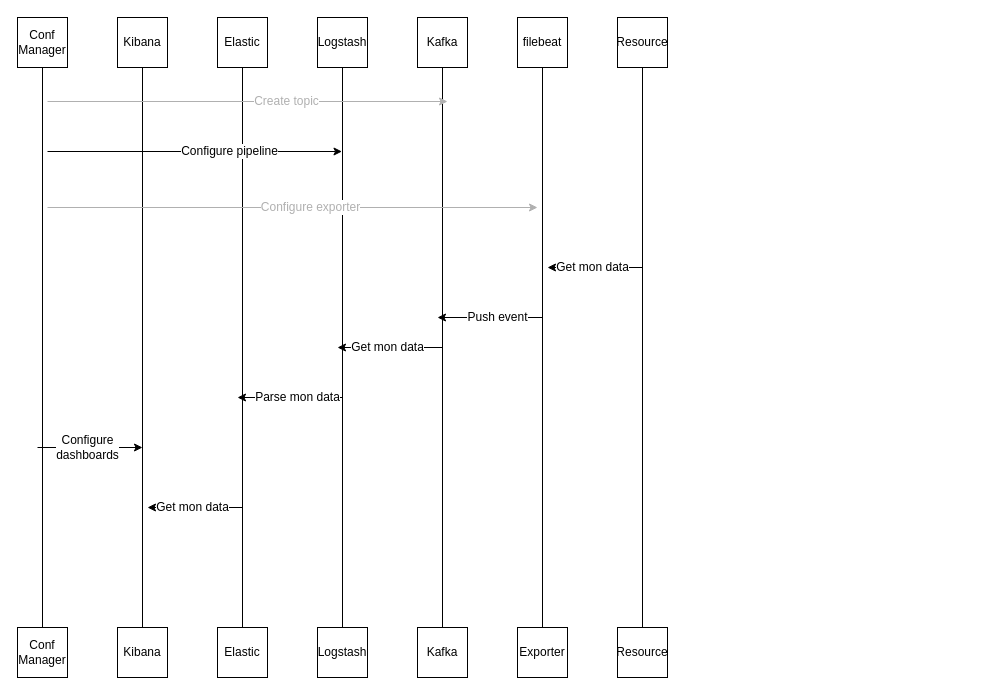
agustincaparros/SoA-Diagrams keeps this draw.io diagram as filebeat export workflow.drawio. Above is the earlier version. Source tidied: cells renumbered, new cells numbered last; positions are measured from the earlier drawing's top-left corner, leaving out a move shared by most shapes. Both pictures are drawn from the tidied source at 100%, with x=0, y=0 at pixel (17, 17).
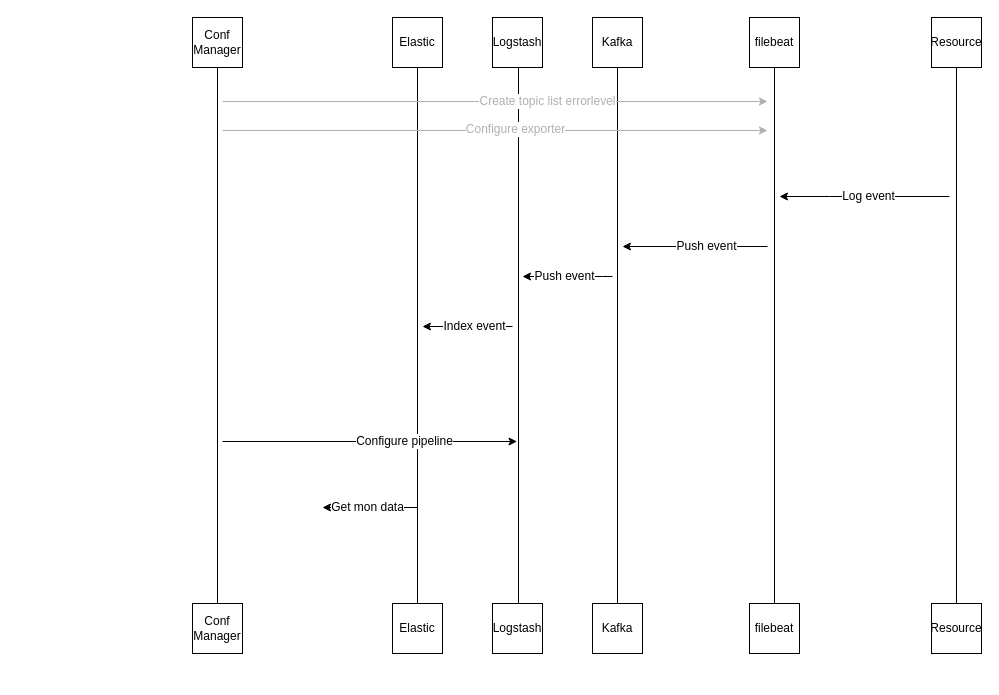
Above is the later version.

Change to the diagram source:
```diff
@@
     <mxCell id="3" value="Kafka" style="whiteSpace=wrap;html=1;" parent="1" vertex="1">
-      <mxGeometry x="400" width="50" height="50" as="geometry" />
+      <mxGeometry x="575" width="50" height="50" as="geometry" />
     </mxCell>
     <mxCell id="4" value="Kafka" style="whiteSpace=wrap;html=1;" parent="1" vertex="1">
-      <mxGeometry x="400" y="610" width="50" height="50" as="geometry" />
+      <mxGeometry x="575" y="586" width="50" height="50" as="geometry" />
     </mxCell>
@@
     <mxCell id="6" value="filebeat" style="whiteSpace=wrap;html=1;" parent="1" vertex="1">
-      <mxGeometry x="500" width="50" height="50" as="geometry" />
+      <mxGeometry x="732" width="50" height="50" as="geometry" />
     </mxCell>
-    <mxCell id="7" value="Exporter" style="whiteSpace=wrap;html=1;" parent="1" vertex="1">
-      <mxGeometry x="500" y="610" width="50" height="50" as="geometry" />
+    <mxCell id="7" value="filebeat" style="whiteSpace=wrap;html=1;" parent="1" vertex="1">
+      <mxGeometry x="732" y="586" width="50" height="50" as="geometry" />
     </mxCell>
-    <mxCell id="8" style="edgeStyle=orthogonalEdgeStyle;rounded=0;jettySize=auto;html=1;endArrow=none;endFill=0;" parent="1" edge="1" source="9" target="10">
-      <mxGeometry relative="1" as="geometry" />
+    <mxCell id="8" style="edgeStyle=orthogonalEdgeStyle;rounded=0;orthogonalLoop=1;jettySize=auto;html=1;endArrow=none;endFill=0;" parent="1" edge="1">
+      <mxGeometry relative="1" as="geometry">
+        <mxPoint x="501" y="50" as="sourcePoint" />
+        <mxPoint x="501" y="610" as="targetPoint" />
+      </mxGeometry>
     </mxCell>
     <mxCell id="9" value="Logstash" style="whiteSpace=wrap;html=1;" parent="1" vertex="1">
-      <mxGeometry x="300" width="50" height="50" as="geometry" />
+      <mxGeometry x="475" width="50" height="50" as="geometry" />
     </mxCell>
     <mxCell id="10" value="Logstash" style="whiteSpace=wrap;html=1;" parent="1" vertex="1">
-      <mxGeometry x="300" y="610" width="50" height="50" as="geometry" />
+      <mxGeometry x="475" y="586" width="50" height="50" as="geometry" />
     </mxCell>
@@
     <mxCell id="12" value="Elastic" style="whiteSpace=wrap;html=1;" parent="1" vertex="1">
-      <mxGeometry x="200" width="50" height="50" as="geometry" />
+      <mxGeometry x="375" width="50" height="50" as="geometry" />
     </mxCell>
     <mxCell id="13" value="Elastic" style="whiteSpace=wrap;html=1;" parent="1" vertex="1">
-      <mxGeometry x="200" y="610" width="50" height="50" as="geometry" />
+      <mxGeometry x="375" y="586" width="50" height="50" as="geometry" />
     </mxCell>
-    <mxCell id="14" style="edgeStyle=orthogonalEdgeStyle;rounded=0;jettySize=auto;html=1;endArrow=none;endFill=0;" parent="1" edge="1" source="15" target="16">
-      <mxGeometry relative="1" as="geometry" />
+    <mxCell id="14" style="edgeStyle=orthogonalEdgeStyle;rounded=0;orthogonalLoop=1;jettySize=auto;html=1;endArrow=none;endFill=0;" parent="1" edge="1">
+      <mxGeometry relative="1" as="geometry">
+        <mxPoint x="125" y="50" as="sourcePoint" />
+      </mxGeometry>
     </mxCell>
-    <mxCell id="15" value="Kibana" style="whiteSpace=wrap;html=1;" parent="1" vertex="1">
-      <mxGeometry x="100" width="50" height="50" as="geometry" />
-    </mxCell>
-    <mxCell id="16" value="Kibana" style="whiteSpace=wrap;html=1;" parent="1" vertex="1">
-      <mxGeometry x="100" y="610" width="50" height="50" as="geometry" />
-    </mxCell>
@@
     <mxCell id="18" value="Conf&lt;br&gt;Manager" style="whiteSpace=wrap;html=1;" parent="1" vertex="1">
-      <mxGeometry width="50" height="50" as="geometry" />
+      <mxGeometry x="175" width="50" height="50" as="geometry" />
     </mxCell>
     <mxCell id="19" value="Conf&lt;br&gt;Manager" style="whiteSpace=wrap;html=1;" parent="1" vertex="1">
-      <mxGeometry y="610" width="50" height="50" as="geometry" />
+      <mxGeometry x="175" y="586" width="50" height="50" as="geometry" />
     </mxCell>
     <mxCell id="20" style="endArrow=classic;html=1;strokeColor=#000000;" parent="1" edge="1">
       <mxGeometry relative="1" as="geometry">
-        <mxPoint x="30" y="134" as="sourcePoint" />
-        <mxPoint x="324.5" y="134" as="targetPoint" />
+        <mxPoint x="205" y="424" as="sourcePoint" />
+        <mxPoint x="499.5" y="424" as="targetPoint" />
       </mxGeometry>
     </mxCell>
@@
     <mxCell id="22" style="endArrow=classic;html=1;strokeColor=#B0B0B0;fontColor=#B0B0B0;" parent="1" edge="1">
       <mxGeometry relative="1" as="geometry">
-        <mxPoint x="30" y="84" as="sourcePoint" />
-        <mxPoint x="430" y="84" as="targetPoint" />
+        <mxPoint x="205" y="84" as="sourcePoint" />
+        <mxPoint x="750" y="84" as="targetPoint" />
       </mxGeometry>
     </mxCell>
-    <mxCell id="23" value="Create topic" style="text;html=1;align=center;verticalAlign=middle;labelBackgroundColor=#ffffff;fontColor=#B0B0B0;" parent="22" vertex="1">
+    <mxCell id="23" value="Create topic list errorlevel" style="text;html=1;align=center;verticalAlign=middle;labelBackgroundColor=#ffffff;fontColor=#B0B0B0;" parent="22" vertex="1">
       <mxGeometry x="0.19" y="1" relative="1" as="geometry" />
     </mxCell>
     <mxCell id="24" style="endArrow=classic;html=1;strokeColor=#B0B0B0;" parent="1" edge="1">
       <mxGeometry relative="1" as="geometry">
-        <mxPoint x="30" y="190" as="sourcePoint" />
-        <mxPoint x="520" y="190" as="targetPoint" />
+        <mxPoint x="205" y="113" as="sourcePoint" />
+        <mxPoint x="750" y="113" as="targetPoint" />
       </mxGeometry>
     </mxCell>
     <mxCell id="25" value="Configure exporter" style="text;html=1;align=center;verticalAlign=middle;labelBackgroundColor=#ffffff;fontColor=#B0B0B0;" parent="24" vertex="1">
-      <mxGeometry x="0.07" y="1" relative="1" as="geometry" />
+      <mxGeometry x="0.07" y="1" relative="1" as="geometry">
+        <mxPoint y="-1" as="offset" />
+      </mxGeometry>
     </mxCell>
@@
     <mxCell id="27" value="Resource" style="whiteSpace=wrap;html=1;" parent="1" vertex="1">
-      <mxGeometry x="600" width="50" height="50" as="geometry" />
+      <mxGeometry x="914" width="50" height="50" as="geometry" />
     </mxCell>
     <mxCell id="28" value="Resource" style="whiteSpace=wrap;html=1;" parent="1" vertex="1">
-      <mxGeometry x="600" y="610" width="50" height="50" as="geometry" />
+      <mxGeometry x="914" y="586" width="50" height="50" as="geometry" />
     </mxCell>
     <mxCell id="29" style="endArrow=none;html=1;strokeColor=#000000;endFill=0;startFill=1;startArrow=classic;" parent="1" edge="1">
       <mxGeometry relative="1" as="geometry">
-        <mxPoint x="530" y="250" as="sourcePoint" />
-        <mxPoint x="625" y="250" as="targetPoint" />
+        <mxPoint x="762" y="179" as="sourcePoint" />
+        <mxPoint x="932" y="179" as="targetPoint" />
+        <Array as="points">
+          <mxPoint x="822" y="179" />
+        </Array>
       </mxGeometry>
     </mxCell>
-    <mxCell id="30" value="Get mon data" style="text;html=1;align=center;verticalAlign=middle;labelBackgroundColor=#ffffff;" parent="29" vertex="1">
+    <mxCell id="30" value="Log event" style="text;html=1;align=center;verticalAlign=middle;labelBackgroundColor=#ffffff;" parent="29" vertex="1">
       <mxGeometry x="0.19" y="1" relative="1" as="geometry">
         <mxPoint x="-12.9" as="offset" />
       </mxGeometry>
     </mxCell>
     <mxCell id="31" style="endArrow=none;html=1;strokeColor=#000000;endFill=0;startArrow=classic;startFill=1;" parent="1" edge="1">
       <mxGeometry relative="1" as="geometry">
-        <mxPoint x="420" y="300" as="sourcePoint" />
-        <mxPoint x="525" y="300" as="targetPoint" />
+        <mxPoint x="605" y="229" as="sourcePoint" />
+        <mxPoint x="750" y="229" as="targetPoint" />
       </mxGeometry>
     </mxCell>
@@
     <mxCell id="33" style="endArrow=none;html=1;strokeColor=#000000;endFill=0;startArrow=classic;startFill=1;" parent="1" edge="1">
       <mxGeometry relative="1" as="geometry">
-        <mxPoint x="320" y="330" as="sourcePoint" />
-        <mxPoint x="425" y="330" as="targetPoint" />
+        <mxPoint x="505" y="259" as="sourcePoint" />
+        <mxPoint x="595" y="259" as="targetPoint" />
+        <Array as="points">
+          <mxPoint x="555" y="259" />
+          <mxPoint x="575" y="259" />
+        </Array>
       </mxGeometry>
     </mxCell>
-    <mxCell id="34" value="Get mon data" style="text;html=1;align=center;verticalAlign=middle;labelBackgroundColor=#ffffff;" parent="33" vertex="1">
+    <mxCell id="34" value="Push event" style="text;html=1;align=center;verticalAlign=middle;labelBackgroundColor=#ffffff;" parent="33" vertex="1">
       <mxGeometry x="0.19" y="1" relative="1" as="geometry">
         <mxPoint x="-12.9" as="offset" />
       </mxGeometry>
     </mxCell>
     <mxCell id="35" style="endArrow=none;html=1;strokeColor=#000000;endFill=0;startArrow=classic;startFill=1;" parent="1" edge="1">
       <mxGeometry relative="1" as="geometry">
-        <mxPoint x="220" y="380" as="sourcePoint" />
-        <mxPoint x="325" y="380" as="targetPoint" />
+        <mxPoint x="405" y="309" as="sourcePoint" />
+        <mxPoint x="495" y="309" as="targetPoint" />
       </mxGeometry>
     </mxCell>
-    <mxCell id="36" value="Parse mon data" style="text;html=1;align=center;verticalAlign=middle;labelBackgroundColor=#ffffff;" parent="35" vertex="1">
+    <mxCell id="36" value="Index event" style="text;html=1;align=center;verticalAlign=middle;labelBackgroundColor=#ffffff;" parent="35" vertex="1">
       <mxGeometry x="0.19" y="1" relative="1" as="geometry">
         <mxPoint x="-2.9" as="offset" />
       </mxGeometry>
     </mxCell>
     <mxCell id="37" style="endArrow=none;html=1;strokeColor=#000000;endFill=0;startFill=1;startArrow=classic;" parent="1" edge="1">
       <mxGeometry relative="1" as="geometry">
-        <mxPoint x="130" y="490" as="sourcePoint" />
-        <mxPoint x="225" y="490" as="targetPoint" />
+        <mxPoint x="305" y="490" as="sourcePoint" />
+        <mxPoint x="400" y="490" as="targetPoint" />
       </mxGeometry>
     </mxCell>
@@
-    <mxCell id="39" style="endArrow=classic;html=1;strokeColor=#000000;" parent="1" edge="1">
-      <mxGeometry relative="1" as="geometry">
-        <mxPoint x="20" y="430" as="sourcePoint" />
-        <mxPoint x="125" y="430" as="targetPoint" />
-      </mxGeometry>
-    </mxCell>
-    <mxCell id="40" value="Configure&lt;br&gt;dashboards" style="text;html=1;align=center;verticalAlign=middle;labelBackgroundColor=#ffffff;" parent="39" vertex="1">
-      <mxGeometry x="0.19" y="1" relative="1" as="geometry">
-        <mxPoint x="-12.9" as="offset" />
-      </mxGeometry>
-    </mxCell>
```
